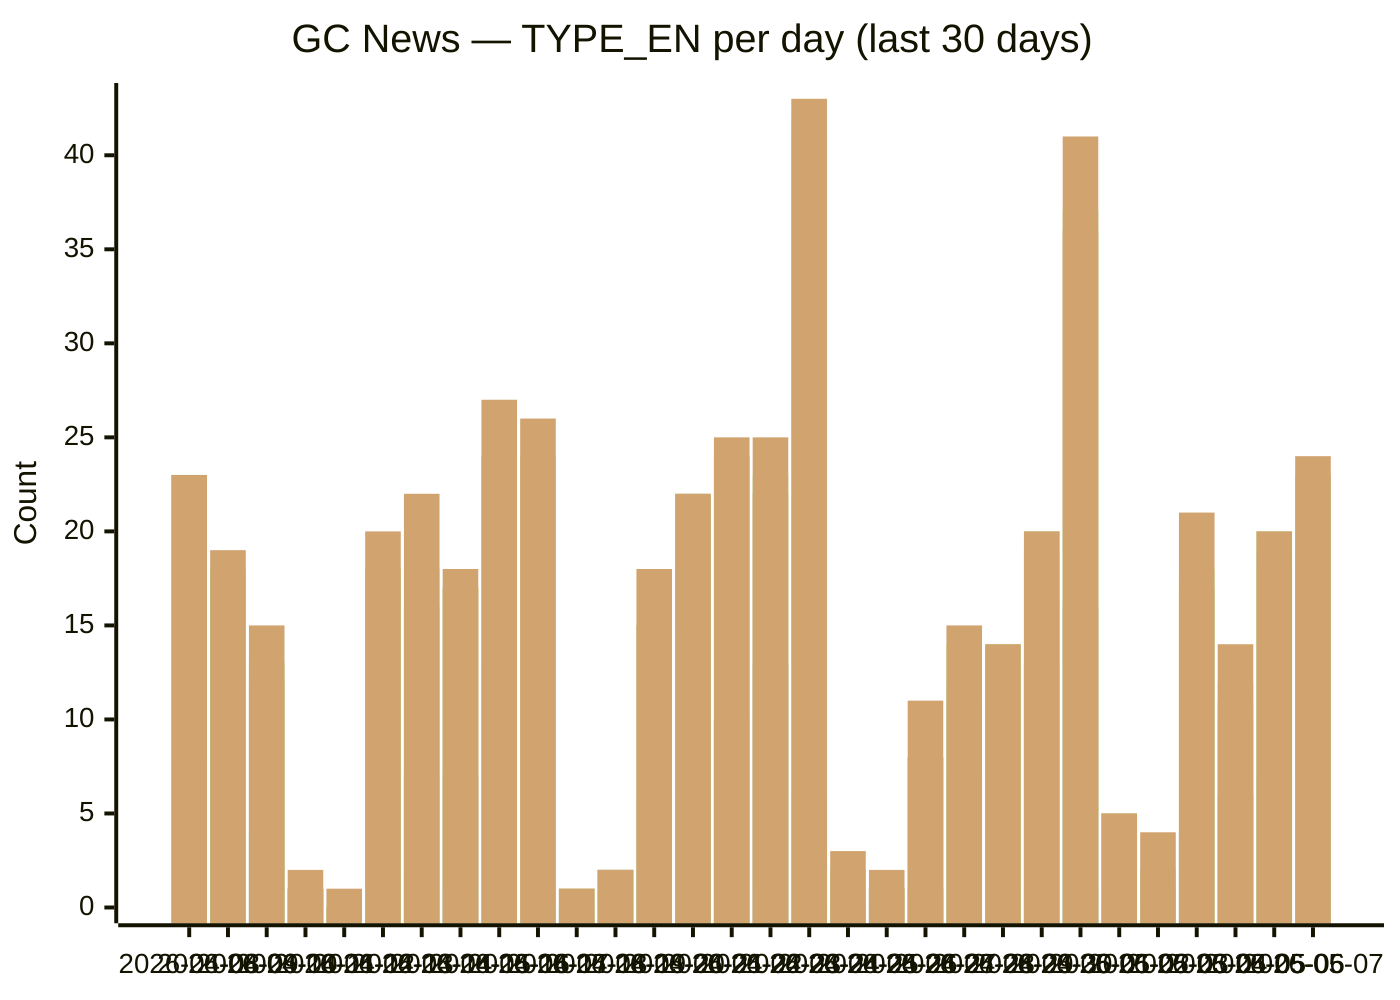
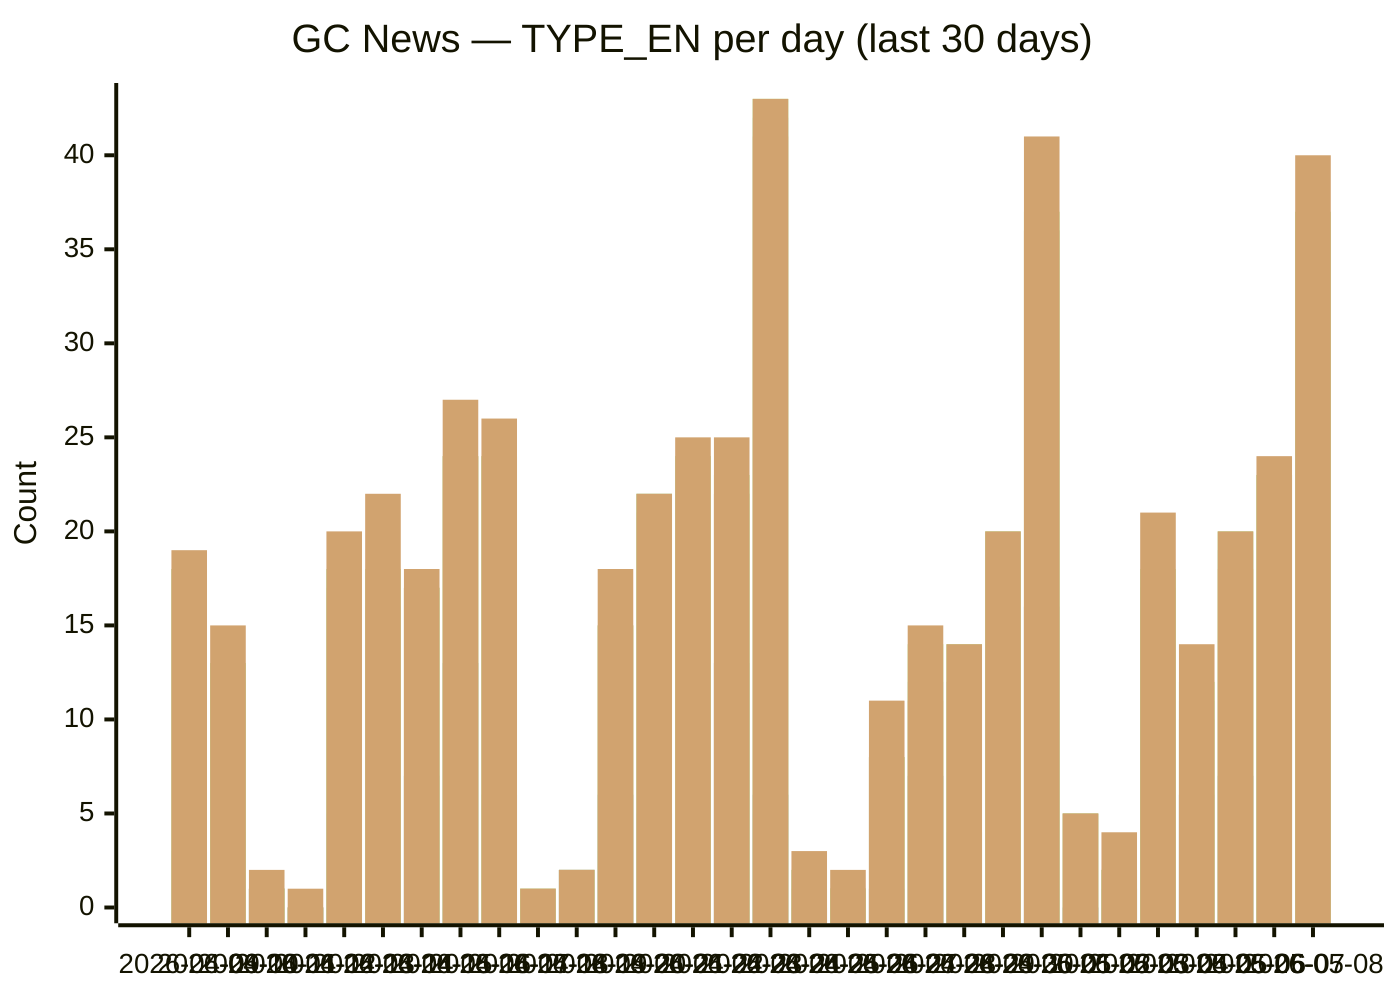
xychart-beta
  title "GC News — TYPE_EN per day (last 30 days)"
-   x-axis [2026-04-08, 2026-04-09, 2026-04-10, 2026-04-11, 2026-04-12, 2026-04-13, 2026-04-14, 2026-04-15, 2026-04-16, 2026-04-17, 2026-04-18, 2026-04-19, 2026-04-20, 2026-04-21, 2026-04-22, 2026-04-23, 2026-04-24, 2026-04-25, 2026-04-26, 2026-04-27, 2026-04-28, 2026-04-29, 2026-04-30, 2026-05-01, 2026-05-02, 2026-05-03, 2026-05-04, 2026-05-05, 2026-05-06, 2026-05-07]
+   x-axis [2026-04-09, 2026-04-10, 2026-04-11, 2026-04-12, 2026-04-13, 2026-04-14, 2026-04-15, 2026-04-16, 2026-04-17, 2026-04-18, 2026-04-19, 2026-04-20, 2026-04-21, 2026-04-22, 2026-04-23, 2026-04-24, 2026-04-25, 2026-04-26, 2026-04-27, 2026-04-28, 2026-04-29, 2026-04-30, 2026-05-01, 2026-05-02, 2026-05-03, 2026-05-04, 2026-05-05, 2026-05-06, 2026-05-07, 2026-05-08]
  y-axis "Count" 0 --> 43
-   bar backgrounders [1, 1, 0, 0, 0, 3, 2, 1, 0, 3, 0, 0, 3, 1, 2, 1, 5, 0, 0, 1, 1, 0, 1, 1, 0, 0, 2, 1, 2, 0]
-   bar "media advisories" [8, 3, 4, 1, 0, 5, 7, 7, 13, 6, 0, 2, 6, 5, 10, 13, 6, 0, 1, 1, 7, 4, 13, 16, 0, 1, 4, 6, 7, 10]
-   bar "news releases" [23, 18, 12, 1, 0, 17, 16, 17, 24, 24, 1, 2, 15, 21, 24, 22, 41, 1, 1, 8, 11, 12, 19, 36, 5, 2, 17, 10, 18, 23]
-   bar readouts [23, 18, 13, 1, 0, 18, 16, 17, 24, 24, 1, 2, 15, 22, 24, 22, 42, 2, 1, 8, 12, 12, 19, 36, 5, 2, 17, 11, 19, 23]
-   bar speeches [23, 18, 13, 1, 0, 18, 18, 17, 24, 24, 1, 2, 15, 22, 24, 23, 43, 2, 1, 8, 14, 14, 20, 37, 5, 2, 18, 12, 20, 23]
-   bar statements [23, 19, 15, 2, 1, 20, 22, 18, 27, 26, 1, 2, 18, 22, 25, 25, 43, 3, 2, 11, 15, 14, 20, 41, 5, 4, 21, 14, 20, 24]
+   bar backgrounders [1, 0, 0, 0, 3, 2, 1, 0, 3, 0, 0, 3, 1, 2, 1, 5, 0, 0, 1, 1, 0, 1, 1, 0, 0, 2, 1, 2, 0, 5]
+   bar "media advisories" [3, 4, 1, 0, 5, 7, 7, 13, 6, 0, 2, 6, 5, 10, 13, 6, 0, 1, 1, 7, 4, 13, 16, 0, 1, 4, 6, 7, 10, 20]
+   bar "news releases" [18, 12, 1, 0, 17, 16, 17, 24, 24, 1, 2, 15, 21, 24, 22, 41, 1, 1, 8, 11, 12, 19, 36, 5, 2, 17, 10, 18, 23, 36]
+   bar readouts [18, 13, 1, 0, 18, 16, 17, 24, 24, 1, 2, 15, 22, 24, 22, 42, 2, 1, 8, 12, 12, 19, 36, 5, 2, 17, 11, 19, 23, 36]
+   bar speeches [18, 13, 1, 0, 18, 18, 17, 24, 24, 1, 2, 15, 22, 24, 23, 43, 2, 1, 8, 14, 14, 20, 37, 5, 2, 18, 12, 20, 23, 37]
+   bar statements [19, 15, 2, 1, 20, 22, 18, 27, 26, 1, 2, 18, 22, 25, 25, 43, 3, 2, 11, 15, 14, 20, 41, 5, 4, 21, 14, 20, 24, 40]
